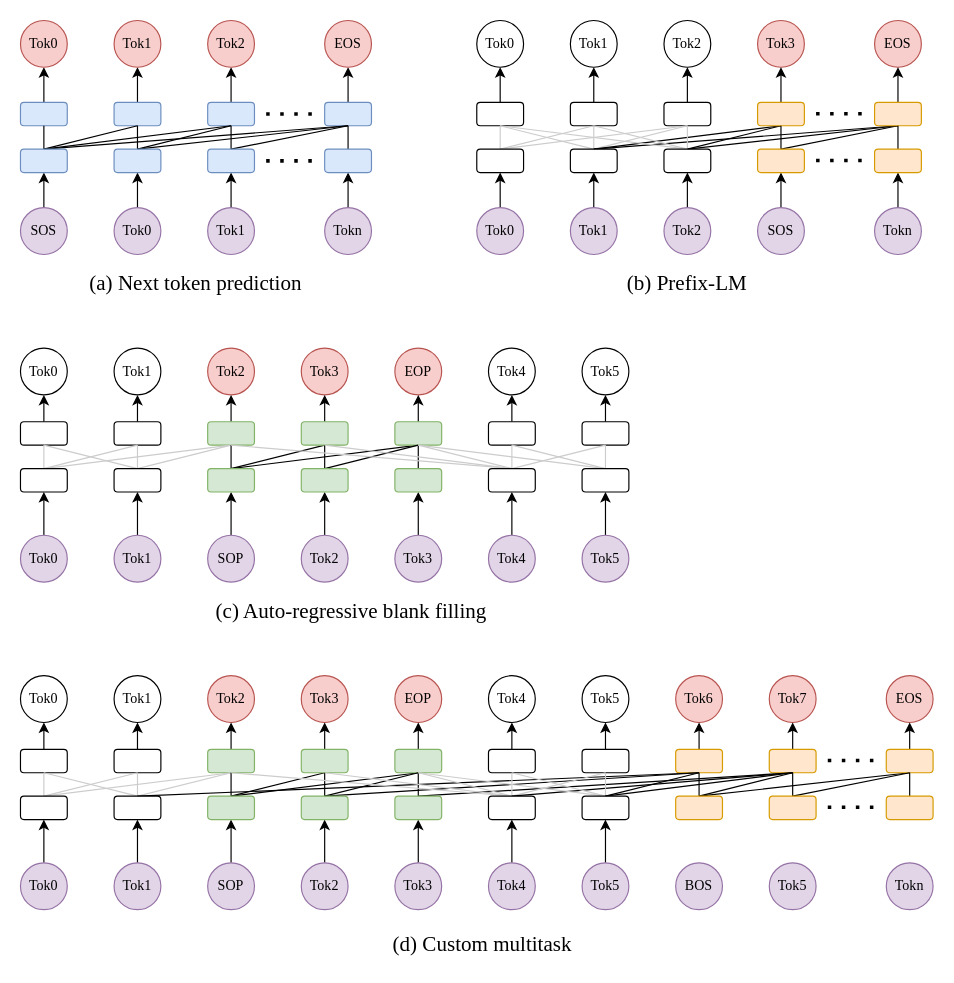
ZhangHammer/ZhangHammer keeps this draw.io diagram as train_paradigm.drawio. Above is the earlier version. Source tidied: cells renumbered, new cells numbered last; positions are measured from the earlier drawing's top-left corner, leaving out a move shared by most shapes. Both pictures are drawn from the tidied source at 117%, with x=0, y=0 at pixel (20, 20).
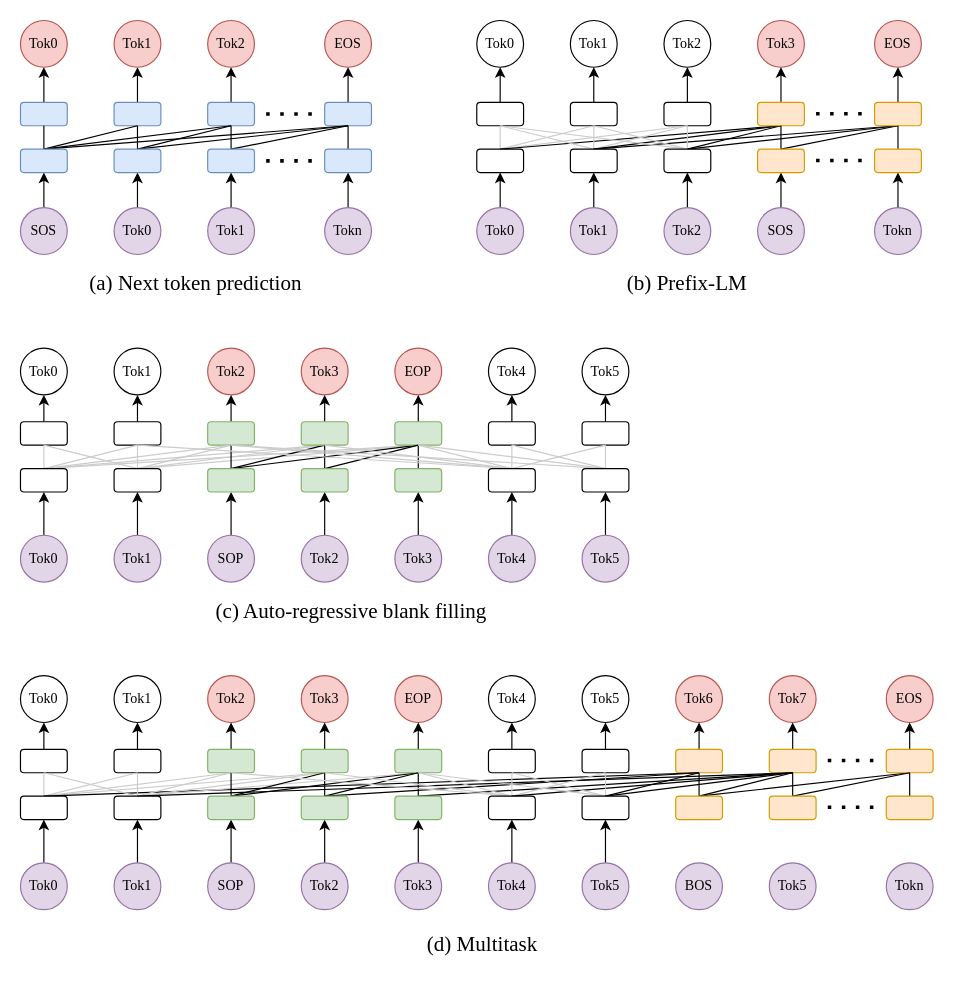
After the change.

Unchanged cells that the change refers to:
```xml
<mxCell id="93" style="rounded=1;whiteSpace=wrap;html=1;" parent="1" vertex="1">
  <mxGeometry x="390" y="110" width="40" height="20" as="geometry" />
</mxCell>
<mxCell id="107" style="rounded=1;whiteSpace=wrap;html=1;fillColor=#ffe6cc;strokeColor=#d79b00;" parent="1" vertex="1">
  <mxGeometry x="630" y="70" width="40" height="20" as="geometry" />
</mxCell>
<mxCell id="120" style="rounded=1;whiteSpace=wrap;html=1;" parent="1" vertex="1">
  <mxGeometry x="80" y="343" width="40" height="20" as="geometry" />
</mxCell>
<mxCell id="122" style="rounded=1;whiteSpace=wrap;html=1;fillColor=#d5e8d4;strokeColor=#82b366;" parent="1" vertex="1">
  <mxGeometry x="160" y="343" width="40" height="20" as="geometry" />
</mxCell>
<mxCell id="126" style="rounded=1;whiteSpace=wrap;html=1;" parent="1" vertex="1">
  <mxGeometry y="383" width="40" height="20" as="geometry" />
</mxCell>
<mxCell id="130" style="rounded=1;whiteSpace=wrap;html=1;" parent="1" vertex="1">
  <mxGeometry x="80" y="383" width="40" height="20" as="geometry" />
</mxCell>
<mxCell id="136" style="rounded=1;whiteSpace=wrap;html=1;fillColor=#d5e8d4;strokeColor=#82b366;" parent="1" vertex="1">
  <mxGeometry x="240" y="343" width="40" height="20" as="geometry" />
</mxCell>
<mxCell id="138" style="rounded=1;whiteSpace=wrap;html=1;fillColor=#d5e8d4;strokeColor=#82b366;" parent="1" vertex="1">
  <mxGeometry x="320" y="343" width="40" height="20" as="geometry" />
</mxCell>
<mxCell id="153" style="rounded=1;whiteSpace=wrap;html=1;" parent="1" vertex="1">
  <mxGeometry x="400" y="383" width="40" height="20" as="geometry" />
</mxCell>
<mxCell id="157" style="rounded=1;whiteSpace=wrap;html=1;" parent="1" vertex="1">
  <mxGeometry x="480" y="383" width="40" height="20" as="geometry" />
</mxCell>
<mxCell id="159" style="rounded=1;whiteSpace=wrap;html=1;fillColor=#ffe6cc;strokeColor=#d79b00;" parent="1" vertex="1">
  <mxGeometry x="560" y="623" width="40" height="20" as="geometry" />
</mxCell>
<mxCell id="165" style="rounded=1;whiteSpace=wrap;html=1;fillColor=#ffe6cc;strokeColor=#d79b00;" parent="1" vertex="1">
  <mxGeometry x="640" y="623" width="40" height="20" as="geometry" />
</mxCell>
<mxCell id="195" style="rounded=1;whiteSpace=wrap;html=1;" parent="1" vertex="1">
  <mxGeometry y="623" width="40" height="20" as="geometry" />
</mxCell>
<mxCell id="203" style="rounded=1;whiteSpace=wrap;html=1;" parent="1" vertex="1">
  <mxGeometry y="663" width="40" height="20" as="geometry" />
</mxCell>
<mxCell id="208" style="rounded=1;whiteSpace=wrap;html=1;" parent="1" vertex="1">
  <mxGeometry x="80" y="663" width="40" height="20" as="geometry" />
</mxCell>
<mxCell id="214" style="rounded=1;whiteSpace=wrap;html=1;fillColor=#d5e8d4;strokeColor=#82b366;" parent="1" vertex="1">
  <mxGeometry x="240" y="623" width="40" height="20" as="geometry" />
</mxCell>
<mxCell id="216" style="rounded=1;whiteSpace=wrap;html=1;fillColor=#d5e8d4;strokeColor=#82b366;" parent="1" vertex="1">
  <mxGeometry x="320" y="623" width="40" height="20" as="geometry" />
</mxCell>
```

Diff of the diagram source:
```diff
@@
-    <mxCell id="67" value="&lt;font style=&quot;font-size: 18px;&quot; face=&quot;Times New Roman&quot;&gt;(d) Custom multitask&lt;/font&gt;" style="text;html=1;strokeColor=none;fillColor=none;align=center;verticalAlign=middle;whiteSpace=wrap;rounded=0;" parent="1" vertex="1">
+    <mxCell id="67" value="&lt;font style=&quot;font-size: 18px;&quot; face=&quot;Times New Roman&quot;&gt;(d) Multitask&lt;/font&gt;" style="text;html=1;strokeColor=none;fillColor=none;align=center;verticalAlign=middle;whiteSpace=wrap;rounded=0;" parent="1" vertex="1">
       <mxGeometry x="310" y="775" width="170" height="30" as="geometry" />
     </mxCell>
@@
+    <mxCell id="243" style="edgeStyle=none;rounded=0;jettySize=auto;html=1;exitX=0.5;exitY=0;exitDx=0;exitDy=0;entryX=0.5;entryY=1;entryDx=0;entryDy=0;endArrow=none;endFill=0;" parent="1" edge="1" source="93" target="107">
+      <mxGeometry relative="1" as="geometry" />
+    </mxCell>
@@
+    <mxCell id="244" style="edgeStyle=none;rounded=0;jettySize=auto;html=1;exitX=0.5;exitY=0;exitDx=0;exitDy=0;entryX=0.5;entryY=1;entryDx=0;entryDy=0;endArrow=none;endFill=0;strokeColor=#CCCCCC;" parent="1" edge="1" source="126" target="136">
+      <mxGeometry relative="1" as="geometry" />
+    </mxCell>
+    <mxCell id="245" style="edgeStyle=none;rounded=0;jettySize=auto;html=1;exitX=0.5;exitY=0;exitDx=0;exitDy=0;entryX=0.5;entryY=1;entryDx=0;entryDy=0;endArrow=none;endFill=0;strokeColor=#CCCCCC;" parent="1" edge="1" source="126" target="138">
+      <mxGeometry relative="1" as="geometry" />
+    </mxCell>
@@
+    <mxCell id="246" style="edgeStyle=none;rounded=0;jettySize=auto;html=1;exitX=0.5;exitY=0;exitDx=0;exitDy=0;entryX=0.5;entryY=1;entryDx=0;entryDy=0;endArrow=none;endFill=0;strokeColor=#CCCCCC;" parent="1" edge="1" source="130" target="136">
+      <mxGeometry relative="1" as="geometry" />
+    </mxCell>
+    <mxCell id="247" style="edgeStyle=none;rounded=0;jettySize=auto;html=1;exitX=0.5;exitY=0;exitDx=0;exitDy=0;entryX=0.5;entryY=1;entryDx=0;entryDy=0;endArrow=none;endFill=0;strokeColor=#CCCCCC;" parent="1" edge="1" source="130" target="138">
+      <mxGeometry relative="1" as="geometry" />
+    </mxCell>
@@
+    <mxCell id="248" style="edgeStyle=none;rounded=0;jettySize=auto;html=1;exitX=0.5;exitY=0;exitDx=0;exitDy=0;entryX=0.5;entryY=1;entryDx=0;entryDy=0;strokeColor=#CCCCCC;endArrow=none;endFill=0;" parent="1" edge="1" source="153" target="120">
+      <mxGeometry relative="1" as="geometry" />
+    </mxCell>
@@
+    <mxCell id="249" style="edgeStyle=none;rounded=0;jettySize=auto;html=1;exitX=0.5;exitY=0;exitDx=0;exitDy=0;entryX=0.5;entryY=1;entryDx=0;entryDy=0;endArrow=none;endFill=0;strokeColor=#CCCCCC;" parent="1" edge="1" source="157" target="122">
+      <mxGeometry relative="1" as="geometry" />
+    </mxCell>
@@
+    <mxCell id="250" style="edgeStyle=none;rounded=0;jettySize=auto;html=1;exitX=0.5;exitY=0;exitDx=0;exitDy=0;entryX=0.5;entryY=1;entryDx=0;entryDy=0;endArrow=none;endFill=0;strokeColor=#CCCCCC;" parent="1" edge="1" source="203" target="214">
+      <mxGeometry relative="1" as="geometry" />
+    </mxCell>
+    <mxCell id="251" style="edgeStyle=none;rounded=0;jettySize=auto;html=1;exitX=0.5;exitY=0;exitDx=0;exitDy=0;entryX=0.5;entryY=1;entryDx=0;entryDy=0;endArrow=none;endFill=0;" parent="1" edge="1" source="203" target="159">
+      <mxGeometry relative="1" as="geometry" />
+    </mxCell>
@@
+    <mxCell id="252" style="edgeStyle=none;rounded=0;jettySize=auto;html=1;exitX=0.5;exitY=0;exitDx=0;exitDy=0;entryX=0.5;entryY=1;entryDx=0;entryDy=0;endArrow=none;endFill=0;strokeColor=#CCCCCC;" parent="1" edge="1" source="208" target="214">
+      <mxGeometry relative="1" as="geometry" />
+    </mxCell>
+    <mxCell id="253" style="edgeStyle=none;rounded=0;jettySize=auto;html=1;exitX=0.5;exitY=0;exitDx=0;exitDy=0;entryX=0.5;entryY=1;entryDx=0;entryDy=0;strokeColor=#CCCCCC;endArrow=none;endFill=0;" parent="1" edge="1" source="208" target="216">
+      <mxGeometry relative="1" as="geometry" />
+    </mxCell>
-    <mxCell id="206" style="edgeStyle=none;rounded=0;jettySize=auto;html=1;exitX=0.5;exitY=0;exitDx=0;exitDy=0;entryX=0.5;entryY=1;entryDx=0;entryDy=0;endArrow=none;endFill=0;strokeWidth=1;strokeColor=#CCCCCC;" parent="1" edge="1" source="208" target="195">
+    <mxCell id="206" style="edgeStyle=none;rounded=0;jettySize=auto;html=1;exitX=0.5;exitY=0;exitDx=0;exitDy=0;entryX=0.5;entryY=1;entryDx=0;entryDy=0;endArrow=none;endFill=0;strokeColor=#CCCCCC;" parent="1" edge="1" source="208" target="195">
       <mxGeometry relative="1" as="geometry" />
     </mxCell>
-    <mxCell id="207" style="edgeStyle=none;rounded=0;jettySize=auto;html=1;exitX=0.5;exitY=0;exitDx=0;exitDy=0;entryX=0.5;entryY=1;entryDx=0;entryDy=0;endArrow=none;endFill=0;" parent="1" edge="1" source="208" target="159">
-      <mxGeometry relative="1" as="geometry" />
-    </mxCell>
+    <mxCell id="254" style="edgeStyle=none;rounded=0;jettySize=auto;html=1;exitX=0.5;exitY=0;exitDx=0;exitDy=0;entryX=0.5;entryY=1;entryDx=0;entryDy=0;endArrow=none;endFill=0;" parent="1" edge="1" source="208" target="165">
+      <mxGeometry relative="1" as="geometry" />
+    </mxCell>
```
